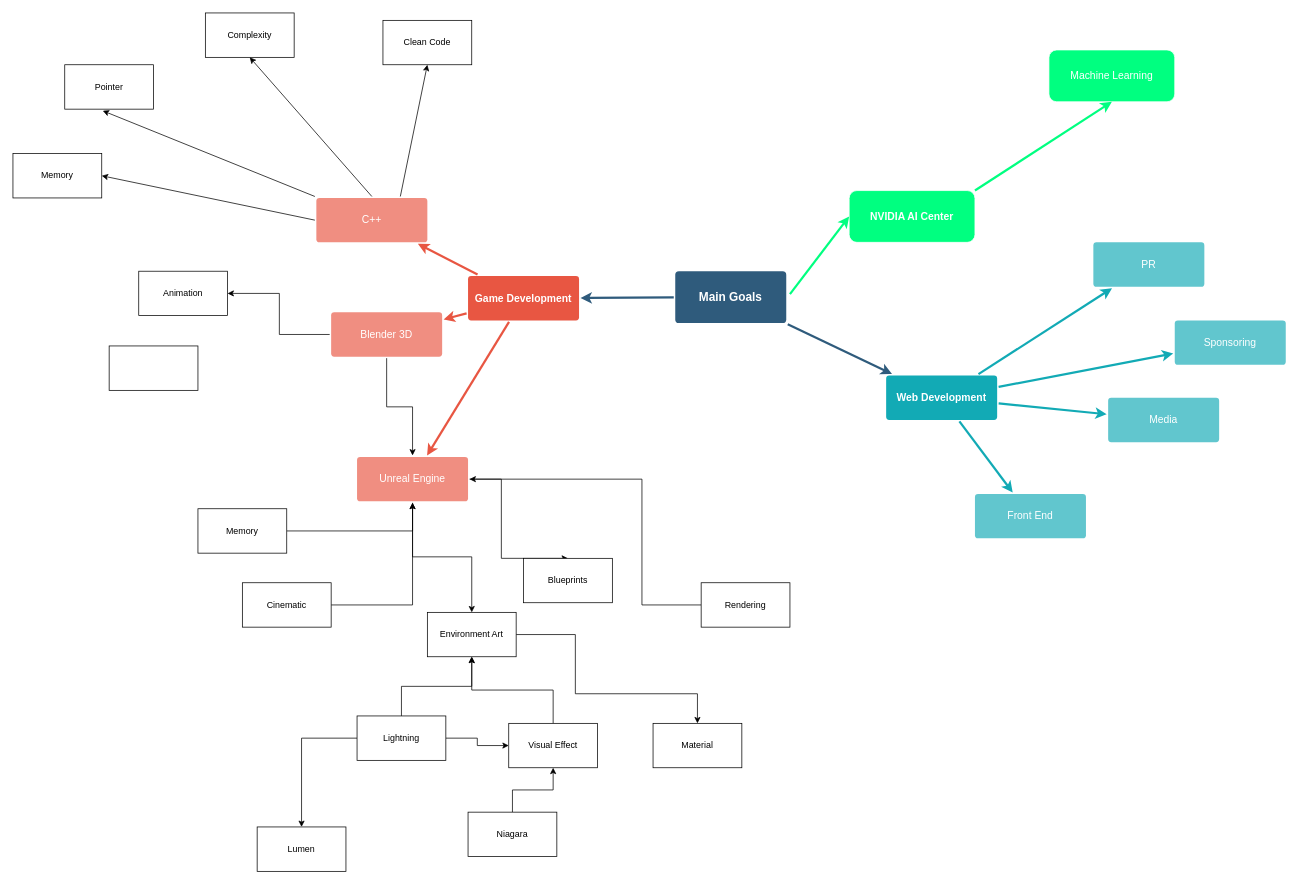
The draw.io diagram Untitled Diagram.drawio in NaufalKusumo/Unreal-Engine, before the edit. Source tidied: cells renumbered, new cells numbered last; positions are measured from the earlier drawing's top-left corner, leaving out a move shared by most shapes. Both pictures are drawn from the tidied source at 74%, with x=0, y=0 at pixel (13, 13).
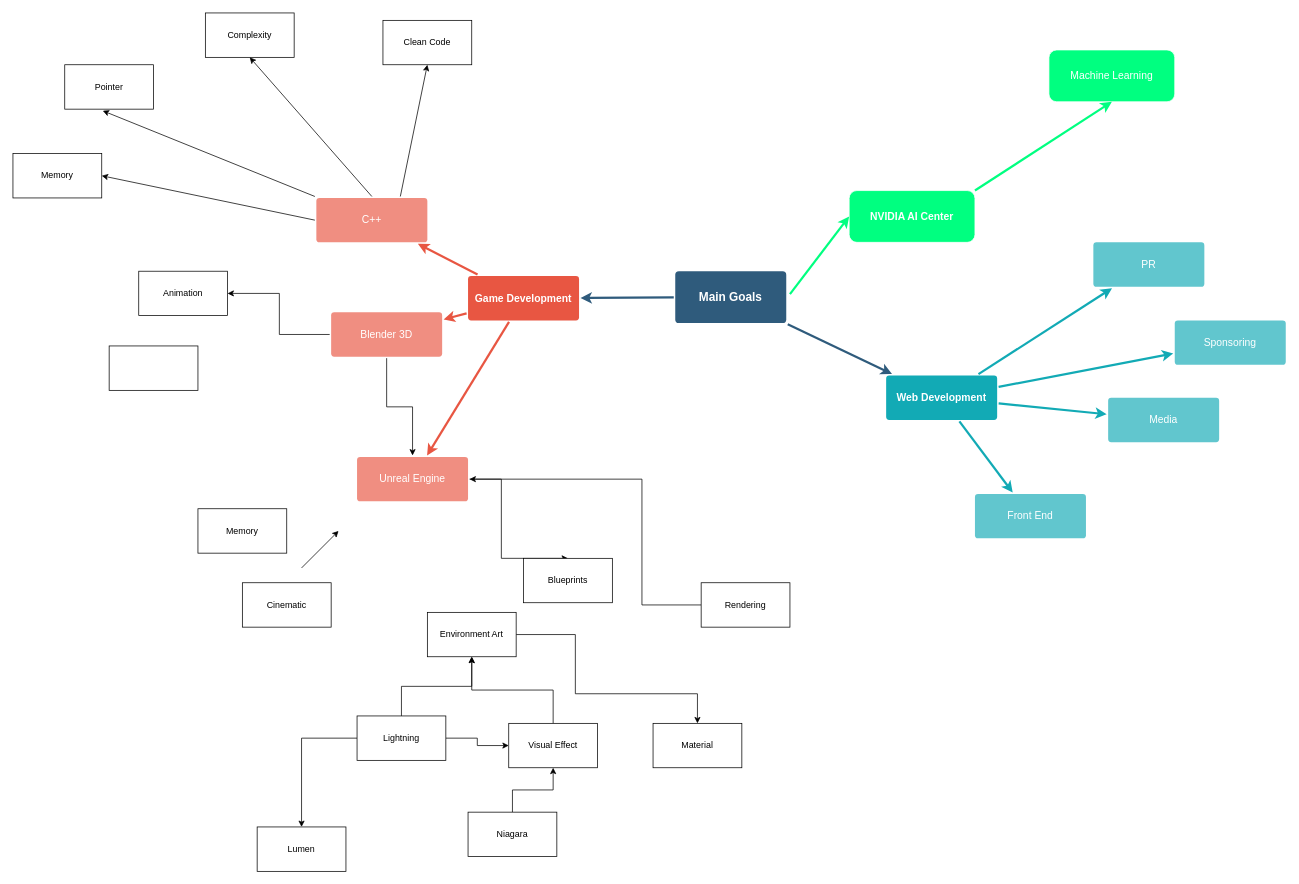
The same page after the edit.

The change refers to these unchanged cells:
```xml
<mxCell id="11" value="Unreal Engine" style="rounded=1;whiteSpace=wrap;html=1;shadow=0;labelBackgroundColor=none;strokeColor=none;strokeWidth=3;fillColor=#f08e81;fontFamily=Helvetica;fontSize=14;fontColor=#FFFFFF;align=center;spacing=5;fontStyle=0;arcSize=7;perimeterSpacing=2;" parent="1" vertex="1">
  <mxGeometry x="465" y="600" width="150" height="60" as="geometry" />
</mxCell>
<mxCell id="27" value="Environment Art" style="rounded=0;whiteSpace=wrap;html=1;" parent="1" vertex="1">
  <mxGeometry x="560" y="810" width="120" height="60" as="geometry" />
</mxCell>
<mxCell id="29" value="Cinematic" style="rounded=0;whiteSpace=wrap;html=1;" parent="1" vertex="1">
  <mxGeometry x="310" y="770" width="120" height="60" as="geometry" />
</mxCell>
<mxCell id="31" value="Memory" style="rounded=0;whiteSpace=wrap;html=1;" parent="1" vertex="1">
  <mxGeometry x="250" y="670" width="120" height="60" as="geometry" />
</mxCell>
```

The edit, as a diff of the source:
```diff
@@
-    <mxCell id="9" style="edgeStyle=orthogonalEdgeStyle;rounded=0;jettySize=auto;html=1;entryX=0.5;entryY=0;entryDx=0;entryDy=0;" parent="1" edge="1" source="11" target="27">
-      <mxGeometry relative="1" as="geometry" />
-    </mxCell>
@@
-    <mxCell id="28" style="edgeStyle=orthogonalEdgeStyle;rounded=0;jettySize=auto;html=1;entryX=0.5;entryY=1;entryDx=0;entryDy=0;" parent="1" edge="1" source="29" target="11">
-      <mxGeometry relative="1" as="geometry" />
-    </mxCell>
@@
-    <mxCell id="30" style="edgeStyle=orthogonalEdgeStyle;rounded=0;jettySize=auto;html=1;" parent="1" edge="1" source="31" target="11">
-      <mxGeometry relative="1" as="geometry" />
-    </mxCell>
@@
+    <mxCell id="58" style="endArrow=classic;html=1;rounded=0;" parent="1" edge="1">
+      <mxGeometry relative="1" as="geometry">
+        <mxPoint x="390" y="750" as="sourcePoint" />
+        <mxPoint x="440" y="700" as="targetPoint" />
+      </mxGeometry>
+    </mxCell>
```
